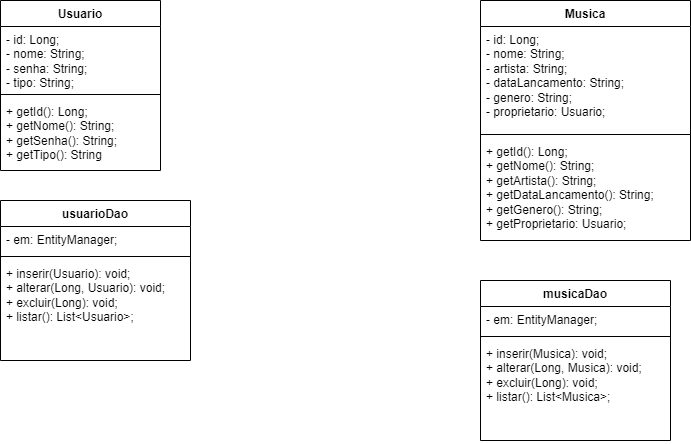
ruan-narici/LMusic keeps this draw.io diagram as doc_PDS/diagrama_de_classe_conceitual.png. Above is the earlier version. Source tidied: cells renumbered, new cells last; positions are measured from the earlier drawing's top-left corner, leaving out a move shared by most shapes.
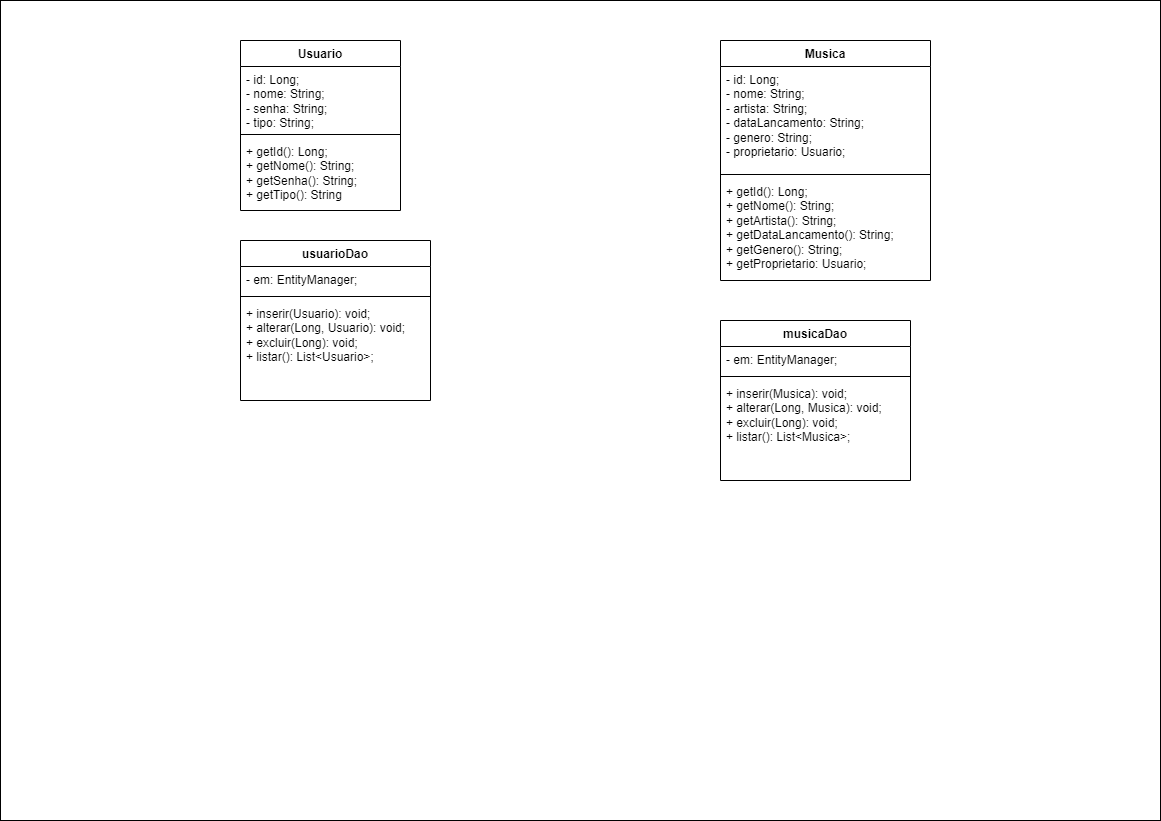
Above is the later version.

Commit message:
impl CRUD musicas e logic Usuario ADM e VIST

What changed in the source:
```diff
@@ -2,6 +2,9 @@
   <root>
     <mxCell id="0" />
     <mxCell id="1" parent="0" />
+    <mxCell id="18" style="rounded=0;whiteSpace=wrap;html=1;" parent="1" vertex="1">
+      <mxGeometry x="-240" y="-40" width="1160" height="820" as="geometry" />
+    </mxCell>
     <mxCell id="2" value="Usuario" style="swimlane;fontStyle=1;align=center;verticalAlign=top;horizontal=1;startSize=26;whiteSpace=wrap;html=1;" parent="1" vertex="1">
       <mxGeometry width="160" height="170" as="geometry" />
     </mxCell>
```
